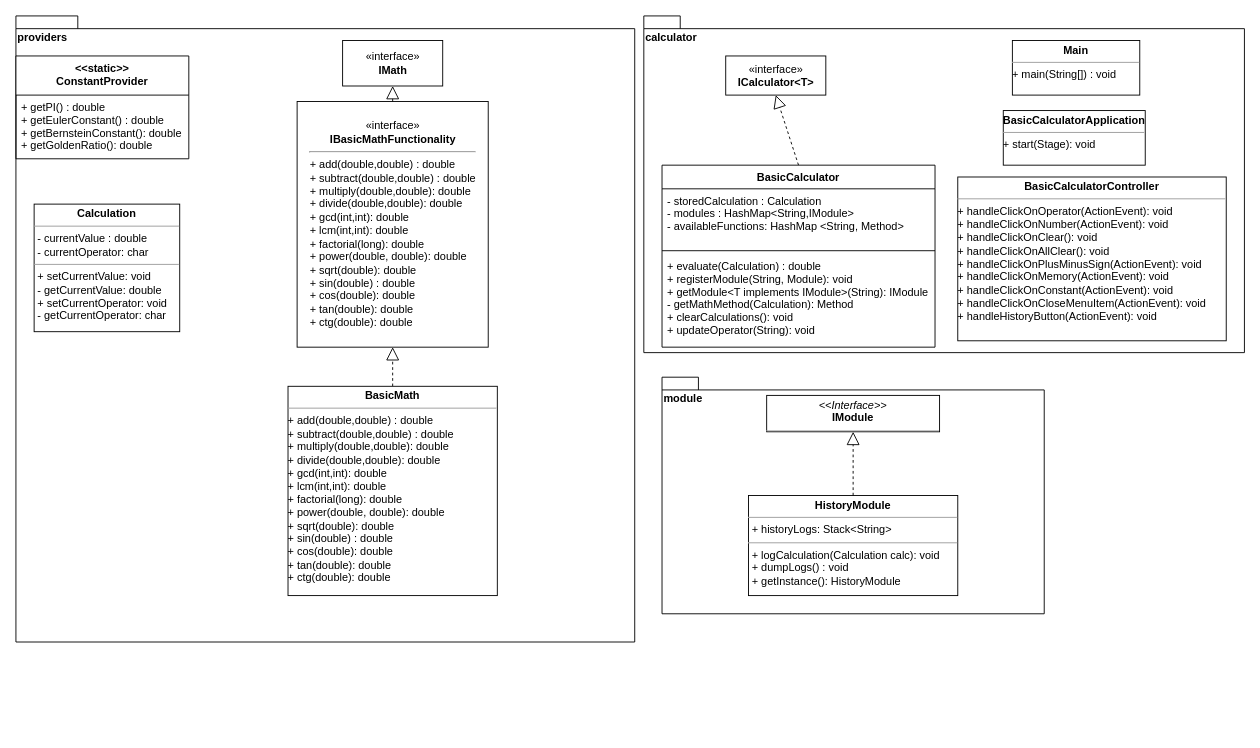
Earlier version of the draw.io diagram rgp-poc/src/main/resources/docs/templates/bc_class_diagram.drawio (gydora03/SZFM_2020_10_RGP). Source tidied: cells renumbered, new cells numbered last; positions are measured from the earlier drawing's top-left corner, leaving out a move shared by most shapes. Both pictures are drawn from the tidied source at 91%, with x=0, y=0 at pixel (15, 15).
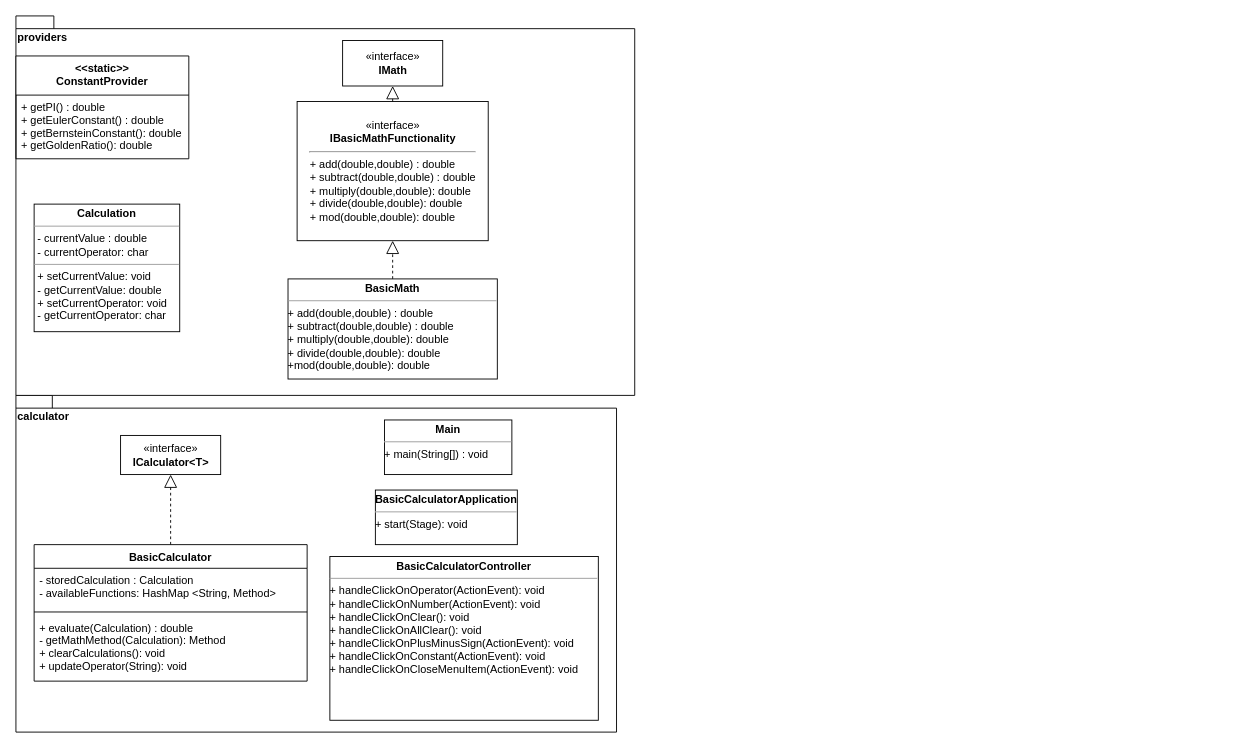
The same diagram, later.

Commit message (it also covers changes not shown here):
Updated class diagrams

Diff of the diagram source:
```diff
@@
     <mxCell id="2" value="calculator" style="shape=folder;fontStyle=1;spacingTop=10;tabWidth=40;tabHeight=14;tabPosition=left;html=1;align=left;verticalAlign=top;" parent="1" vertex="1">
-      <mxGeometry x="690" width="660" height="370" as="geometry" />
+      <mxGeometry y="417" width="660" height="370" as="geometry" />
     </mxCell>
     <mxCell id="3" value="providers" style="shape=folder;fontStyle=1;spacingTop=10;tabWidth=40;tabHeight=14;tabPosition=left;html=1;noLabel=0;labelPosition=center;verticalLabelPosition=middle;align=left;verticalAlign=top;horizontal=1;" parent="1" vertex="1">
-      <mxGeometry width="680" height="688" as="geometry" />
+      <mxGeometry width="680" height="417" as="geometry" />
     </mxCell>
     <mxCell id="4" value="«interface»&lt;br&gt;&lt;div&gt;&lt;b&gt;ICalculator&amp;lt;T&amp;gt;&lt;/b&gt;&lt;/div&gt;" style="html=1;" parent="1" vertex="1">
-      <mxGeometry x="780" y="44" width="110" height="43" as="geometry" />
+      <mxGeometry x="115" y="461" width="110" height="43" as="geometry" />
     </mxCell>
@@
     <mxCell id="6" value="&lt;p style=&quot;margin: 0px ; margin-top: 4px ; text-align: center&quot;&gt;&lt;b&gt;BasicCalculatorApplication&lt;/b&gt;&lt;br&gt;&lt;/p&gt;&lt;hr size=&quot;1&quot;&gt;&lt;div style=&quot;height: 2px&quot;&gt;+ &lt;span class=&quot;pl-en&quot;&gt;start(Stage): void&lt;br&gt;&lt;/span&gt;&lt;/div&gt;" style="verticalAlign=top;align=left;overflow=fill;fontSize=12;fontFamily=Helvetica;html=1;" parent="1" vertex="1">
-      <mxGeometry x="1085" y="104" width="156" height="60" as="geometry" />
+      <mxGeometry x="395" y="521" width="156" height="60" as="geometry" />
     </mxCell>
-    <mxCell id="7" value="module" style="shape=folder;fontStyle=1;spacingTop=10;tabWidth=40;tabHeight=14;tabPosition=left;html=1;align=left;verticalAlign=top;" parent="1" vertex="1">
-      <mxGeometry x="710" y="397" width="420" height="260" as="geometry" />
-    </mxCell>
-    <mxCell id="8" value="&lt;p style=&quot;margin: 0px ; margin-top: 4px ; text-align: center&quot;&gt;&lt;i&gt;&amp;lt;&amp;lt;Interface&amp;gt;&amp;gt;&lt;/i&gt;&lt;br&gt;&lt;b&gt;IModule&lt;/b&gt;&lt;/p&gt;&lt;hr size=&quot;1&quot;&gt;" style="verticalAlign=top;align=left;overflow=fill;fontSize=12;fontFamily=Helvetica;html=1;" parent="1" vertex="1">
-      <mxGeometry x="825" y="417" width="190" height="40" as="geometry" />
-    </mxCell>
-    <mxCell id="9" value="&lt;p style=&quot;margin: 0px ; margin-top: 4px ; text-align: center&quot;&gt;&lt;b&gt;HistoryModule&lt;/b&gt;&lt;/p&gt;&lt;hr size=&quot;1&quot;&gt;&lt;p style=&quot;margin: 0px ; margin-left: 4px&quot;&gt;+ historyLogs: Stack&amp;lt;String&amp;gt;&lt;br&gt;&lt;/p&gt;&lt;hr size=&quot;1&quot;&gt;&lt;p style=&quot;margin: 0px ; margin-left: 4px&quot;&gt;+ logCalculation(Calculation calc): void&lt;br&gt;+ dumpLogs() : void&lt;/p&gt;&lt;p style=&quot;margin: 0px ; margin-left: 4px&quot;&gt;+ getInstance(): HistoryModule&lt;br&gt;&lt;/p&gt;" style="verticalAlign=top;align=left;overflow=fill;fontSize=12;fontFamily=Helvetica;html=1;" parent="1" vertex="1">
-      <mxGeometry x="805" y="527" width="230" height="110" as="geometry" />
-    </mxCell>
-    <mxCell id="10" style="endArrow=block;dashed=1;endFill=0;endSize=12;html=1;exitX=0.5;exitY=0;exitDx=0;exitDy=0;" parent="1" edge="1" source="9">
-      <mxGeometry relative="1" as="geometry">
-        <mxPoint x="920" y="457" as="targetPoint" />
-      </mxGeometry>
-    </mxCell>
@@
     <mxCell id="12" value="&lt;p style=&quot;margin: 0px ; margin-top: 4px ; text-align: center&quot;&gt;&lt;b&gt;Main&lt;/b&gt;&lt;br&gt;&lt;/p&gt;&lt;hr size=&quot;1&quot;&gt;&lt;div style=&quot;height: 2px&quot;&gt;+ main(String[]) : void&lt;br&gt;&lt;/div&gt;" style="verticalAlign=top;align=left;overflow=fill;fontSize=12;fontFamily=Helvetica;html=1;" parent="1" vertex="1">
-      <mxGeometry x="1095" y="27" width="140" height="60" as="geometry" />
+      <mxGeometry x="405" y="444" width="140" height="60" as="geometry" />
     </mxCell>
-    <mxCell id="13" value="&lt;p style=&quot;margin: 0px ; margin-top: 4px ; text-align: center&quot;&gt;&lt;b&gt;BasicCalculatorController&lt;/b&gt;&lt;/p&gt;&lt;hr size=&quot;1&quot;&gt;&lt;div style=&quot;height: 2px&quot;&gt;+ &lt;span class=&quot;pl-en&quot;&gt;&lt;span class=&quot;pl-token&quot;&gt;handleClickOnOperator(ActionEvent): void&lt;br&gt;+ handleClickOnNumber(ActionEvent): void&lt;br&gt;+ &lt;/span&gt;&lt;/span&gt;&lt;span class=&quot;pl-en&quot;&gt;&lt;span class=&quot;pl-token&quot;&gt;&lt;span class=&quot;pl-en&quot;&gt;&lt;span class=&quot;pl-token&quot;&gt;handleClickOnClear(): void&lt;br&gt;+ &lt;/span&gt;&lt;/span&gt;&lt;/span&gt;&lt;/span&gt;&lt;span class=&quot;pl-en&quot;&gt;&lt;span class=&quot;pl-token&quot;&gt;&lt;span class=&quot;pl-en&quot;&gt;&lt;span class=&quot;pl-token&quot;&gt;&lt;span class=&quot;pl-en&quot;&gt;&lt;span class=&quot;pl-token&quot;&gt;handleClickOnAllClear(): void&lt;br&gt;+ &lt;/span&gt;&lt;/span&gt;&lt;/span&gt;&lt;/span&gt;&lt;/span&gt;&lt;/span&gt;&lt;span class=&quot;pl-en&quot;&gt;&lt;span class=&quot;pl-token&quot;&gt;&lt;span class=&quot;pl-en&quot;&gt;&lt;span class=&quot;pl-token&quot;&gt;&lt;span class=&quot;pl-en&quot;&gt;&lt;span class=&quot;pl-token&quot;&gt;&lt;span class=&quot;pl-en&quot;&gt;&lt;span class=&quot;pl-token&quot;&gt;handleClickOnPlusMinusSign(ActionEvent): void&lt;br&gt;+ &lt;/span&gt;&lt;/span&gt;&lt;/span&gt;&lt;/span&gt;&lt;/span&gt;&lt;/span&gt;&lt;/span&gt;&lt;/span&gt;&lt;span class=&quot;pl-en&quot;&gt;&lt;span class=&quot;pl-token&quot;&gt;&lt;span class=&quot;pl-en&quot;&gt;&lt;span class=&quot;pl-token&quot;&gt;&lt;span class=&quot;pl-en&quot;&gt;&lt;span class=&quot;pl-token&quot;&gt;&lt;span class=&quot;pl-en&quot;&gt;&lt;span class=&quot;pl-token&quot;&gt;&lt;span class=&quot;pl-en&quot;&gt;&lt;span class=&quot;pl-token active&quot;&gt;handleClickOnMemory(ActionEvent): void&lt;br&gt;+ &lt;/span&gt;&lt;/span&gt;&lt;/span&gt;&lt;/span&gt;&lt;/span&gt;&lt;/span&gt;&lt;/span&gt;&lt;/span&gt;&lt;/span&gt;&lt;/span&gt;&lt;span class=&quot;pl-en&quot;&gt;&lt;span class=&quot;pl-token&quot;&gt;&lt;span class=&quot;pl-en&quot;&gt;&lt;span class=&quot;pl-token&quot;&gt;&lt;span class=&quot;pl-en&quot;&gt;&lt;span class=&quot;pl-token&quot;&gt;&lt;span class=&quot;pl-en&quot;&gt;&lt;span class=&quot;pl-token&quot;&gt;&lt;span class=&quot;pl-en&quot;&gt;&lt;span class=&quot;pl-token active&quot;&gt;&lt;span class=&quot;pl-en&quot;&gt;&lt;span class=&quot;pl-token&quot;&gt;handleClickOnConstant(ActionEvent): void&lt;br&gt;+ &lt;/span&gt;&lt;/span&gt;&lt;/span&gt;&lt;/span&gt;&lt;/span&gt;&lt;/span&gt;&lt;/span&gt;&lt;/span&gt;&lt;/span&gt;&lt;/span&gt;&lt;/span&gt;&lt;/span&gt;&lt;span class=&quot;pl-en&quot;&gt;&lt;span class=&quot;pl-token&quot;&gt;&lt;span class=&quot;pl-en&quot;&gt;&lt;span class=&quot;pl-token&quot;&gt;&lt;span class=&quot;pl-en&quot;&gt;&lt;span class=&quot;pl-token&quot;&gt;&lt;span class=&quot;pl-en&quot;&gt;&lt;span class=&quot;pl-token&quot;&gt;&lt;span class=&quot;pl-en&quot;&gt;&lt;span class=&quot;pl-token active&quot;&gt;&lt;span class=&quot;pl-en&quot;&gt;&lt;span class=&quot;pl-token&quot;&gt;&lt;span class=&quot;pl-en&quot;&gt;&lt;span class=&quot;pl-token&quot;&gt;handleClickOnCloseMenuItem(ActionEvent): void&lt;br&gt;+ &lt;/span&gt;&lt;/span&gt;&lt;/span&gt;&lt;/span&gt;&lt;/span&gt;&lt;/span&gt;&lt;/span&gt;&lt;/span&gt;&lt;/span&gt;&lt;/span&gt;&lt;/span&gt;&lt;/span&gt;&lt;/span&gt;&lt;/span&gt;&lt;span class=&quot;pl-en&quot;&gt;&lt;span class=&quot;pl-token&quot;&gt;&lt;span class=&quot;pl-en&quot;&gt;&lt;span class=&quot;pl-token&quot;&gt;&lt;span class=&quot;pl-en&quot;&gt;&lt;span class=&quot;pl-token&quot;&gt;&lt;span class=&quot;pl-en&quot;&gt;&lt;span class=&quot;pl-token&quot;&gt;&lt;span class=&quot;pl-en&quot;&gt;&lt;span class=&quot;pl-token active&quot;&gt;&lt;span class=&quot;pl-en&quot;&gt;&lt;span class=&quot;pl-token&quot;&gt;&lt;span class=&quot;pl-en&quot;&gt;&lt;span class=&quot;pl-token&quot;&gt;&lt;span class=&quot;pl-en&quot;&gt;&lt;span class=&quot;pl-token&quot;&gt;handleHistoryButton(ActionEvent): void&lt;br&gt;&lt;/span&gt;&lt;/span&gt;&lt;/span&gt;&lt;/span&gt;&lt;/span&gt;&lt;/span&gt;&lt;/span&gt;&lt;/span&gt;&lt;/span&gt;&lt;/span&gt;&lt;/span&gt;&lt;/span&gt;&lt;/span&gt;&lt;/span&gt;&lt;/span&gt;&lt;/span&gt;&lt;/div&gt;" style="verticalAlign=top;align=left;overflow=fill;fontSize=12;fontFamily=Helvetica;html=1;" parent="1" vertex="1">
-      <mxGeometry x="1035" y="177" width="295" height="180" as="geometry" />
+    <mxCell id="13" value="&lt;p style=&quot;margin: 0px ; margin-top: 4px ; text-align: center&quot;&gt;&lt;b&gt;BasicCalculatorController&lt;/b&gt;&lt;/p&gt;&lt;hr size=&quot;1&quot;&gt;&lt;div style=&quot;height: 2px&quot;&gt;+ &lt;span class=&quot;pl-en&quot;&gt;&lt;span class=&quot;pl-token&quot;&gt;handleClickOnOperator(ActionEvent): void&lt;br&gt;+ handleClickOnNumber(ActionEvent): void&lt;br&gt;+ &lt;/span&gt;&lt;/span&gt;&lt;span class=&quot;pl-en&quot;&gt;&lt;span class=&quot;pl-token&quot;&gt;&lt;span class=&quot;pl-en&quot;&gt;&lt;span class=&quot;pl-token&quot;&gt;handleClickOnClear(): void&lt;br&gt;+ &lt;/span&gt;&lt;/span&gt;&lt;/span&gt;&lt;/span&gt;&lt;span class=&quot;pl-en&quot;&gt;&lt;span class=&quot;pl-token&quot;&gt;&lt;span class=&quot;pl-en&quot;&gt;&lt;span class=&quot;pl-token&quot;&gt;&lt;span class=&quot;pl-en&quot;&gt;&lt;span class=&quot;pl-token&quot;&gt;handleClickOnAllClear(): void&lt;br&gt;+ &lt;/span&gt;&lt;/span&gt;&lt;/span&gt;&lt;/span&gt;&lt;/span&gt;&lt;/span&gt;&lt;span class=&quot;pl-en&quot;&gt;&lt;span class=&quot;pl-token&quot;&gt;&lt;span class=&quot;pl-en&quot;&gt;&lt;span class=&quot;pl-token&quot;&gt;&lt;span class=&quot;pl-en&quot;&gt;&lt;span class=&quot;pl-token&quot;&gt;&lt;span class=&quot;pl-en&quot;&gt;&lt;span class=&quot;pl-token&quot;&gt;handleClickOnPlusMinusSign(ActionEvent): void&lt;/span&gt;&lt;/span&gt;&lt;/span&gt;&lt;/span&gt;&lt;/span&gt;&lt;/span&gt;&lt;/span&gt;&lt;/span&gt;&lt;span class=&quot;pl-en&quot;&gt;&lt;span class=&quot;pl-token&quot;&gt;&lt;span class=&quot;pl-en&quot;&gt;&lt;span class=&quot;pl-token&quot;&gt;&lt;span class=&quot;pl-en&quot;&gt;&lt;span class=&quot;pl-token&quot;&gt;&lt;span class=&quot;pl-en&quot;&gt;&lt;span class=&quot;pl-token&quot;&gt;&lt;span class=&quot;pl-en&quot;&gt;&lt;span class=&quot;pl-token active&quot;&gt;&lt;br&gt;+ &lt;/span&gt;&lt;/span&gt;&lt;/span&gt;&lt;/span&gt;&lt;/span&gt;&lt;/span&gt;&lt;/span&gt;&lt;/span&gt;&lt;/span&gt;&lt;/span&gt;&lt;span class=&quot;pl-en&quot;&gt;&lt;span class=&quot;pl-token&quot;&gt;&lt;span class=&quot;pl-en&quot;&gt;&lt;span class=&quot;pl-token&quot;&gt;&lt;span class=&quot;pl-en&quot;&gt;&lt;span class=&quot;pl-token&quot;&gt;&lt;span class=&quot;pl-en&quot;&gt;&lt;span class=&quot;pl-token&quot;&gt;&lt;span class=&quot;pl-en&quot;&gt;&lt;span class=&quot;pl-token active&quot;&gt;&lt;span class=&quot;pl-en&quot;&gt;&lt;span class=&quot;pl-token&quot;&gt;handleClickOnConstant(ActionEvent): void&lt;br&gt;+ &lt;/span&gt;&lt;/span&gt;&lt;/span&gt;&lt;/span&gt;&lt;/span&gt;&lt;/span&gt;&lt;/span&gt;&lt;/span&gt;&lt;/span&gt;&lt;/span&gt;&lt;/span&gt;&lt;/span&gt;&lt;span class=&quot;pl-en&quot;&gt;&lt;span class=&quot;pl-token&quot;&gt;&lt;span class=&quot;pl-en&quot;&gt;&lt;span class=&quot;pl-token&quot;&gt;&lt;span class=&quot;pl-en&quot;&gt;&lt;span class=&quot;pl-token&quot;&gt;&lt;span class=&quot;pl-en&quot;&gt;&lt;span class=&quot;pl-token&quot;&gt;&lt;span class=&quot;pl-en&quot;&gt;&lt;span class=&quot;pl-token active&quot;&gt;&lt;span class=&quot;pl-en&quot;&gt;&lt;span class=&quot;pl-token&quot;&gt;&lt;span class=&quot;pl-en&quot;&gt;&lt;span class=&quot;pl-token&quot;&gt;handleClickOnCloseMenuItem(ActionEvent): void&lt;/span&gt;&lt;/span&gt;&lt;/span&gt;&lt;/span&gt;&lt;/span&gt;&lt;/span&gt;&lt;/span&gt;&lt;/span&gt;&lt;/span&gt;&lt;/span&gt;&lt;/span&gt;&lt;/span&gt;&lt;/span&gt;&lt;/span&gt;&lt;span class=&quot;pl-en&quot;&gt;&lt;span class=&quot;pl-token&quot;&gt;&lt;span class=&quot;pl-en&quot;&gt;&lt;span class=&quot;pl-token&quot;&gt;&lt;span class=&quot;pl-en&quot;&gt;&lt;span class=&quot;pl-token&quot;&gt;&lt;span class=&quot;pl-en&quot;&gt;&lt;span class=&quot;pl-token&quot;&gt;&lt;span class=&quot;pl-en&quot;&gt;&lt;span class=&quot;pl-token active&quot;&gt;&lt;span class=&quot;pl-en&quot;&gt;&lt;span class=&quot;pl-token&quot;&gt;&lt;span class=&quot;pl-en&quot;&gt;&lt;span class=&quot;pl-token&quot;&gt;&lt;span class=&quot;pl-en&quot;&gt;&lt;span class=&quot;pl-token&quot;&gt;&lt;br&gt;&lt;/span&gt;&lt;/span&gt;&lt;/span&gt;&lt;/span&gt;&lt;/span&gt;&lt;/span&gt;&lt;/span&gt;&lt;/span&gt;&lt;/span&gt;&lt;/span&gt;&lt;/span&gt;&lt;/span&gt;&lt;/span&gt;&lt;/span&gt;&lt;/span&gt;&lt;/span&gt;&lt;/div&gt;" style="verticalAlign=top;align=left;overflow=fill;fontSize=12;fontFamily=Helvetica;html=1;" parent="1" vertex="1">
+      <mxGeometry x="345" y="594" width="295" height="180" as="geometry" />
     </mxCell>
@@
-    <mxCell id="16" value="«interface»&lt;br&gt;&lt;b&gt;IBasicMathFunctionality&lt;br&gt;&lt;/b&gt;&lt;hr&gt;&lt;div style=&quot;line-height: 120%&quot; align=&quot;left&quot;&gt;+ add(double,double) : double&lt;br&gt;+ subtract(double,double) : double&lt;br&gt;+ multiply(double,double): double&lt;br&gt;+ divide(double,double): double&lt;br&gt;+ gcd(int,int): double&lt;br&gt;+ lcm(int,int): double&lt;br&gt;+ factorial(long): double&lt;br&gt;+ power(double, double): double&lt;br&gt;+ sqrt(double): double&lt;/div&gt;&lt;div style=&quot;line-height: 120%&quot; align=&quot;left&quot;&gt;+ sin(double) : double&lt;br&gt;+ cos(double): double&lt;br&gt;+ tan(double): double&lt;br&gt;+ ctg(double): double&lt;/div&gt;" style="html=1;" parent="1" vertex="1">
-      <mxGeometry x="309" y="94" width="210" height="270" as="geometry" />
+    <mxCell id="16" value="«interface»&lt;br&gt;&lt;b&gt;IBasicMathFunctionality&lt;br&gt;&lt;/b&gt;&lt;hr&gt;&lt;div style=&quot;line-height: 120%&quot; align=&quot;left&quot;&gt;+ add(double,double) : double&lt;br&gt;+ subtract(double,double) : double&lt;br&gt;+ multiply(double,double): double&lt;br&gt;+ divide(double,double): double&lt;/div&gt;&lt;div style=&quot;line-height: 120%&quot; align=&quot;left&quot;&gt;+ mod(double,double): double&lt;br&gt;&lt;/div&gt;" style="html=1;" parent="1" vertex="1">
+      <mxGeometry x="309" y="94" width="210" height="153" as="geometry" />
     </mxCell>
@@
-    <mxCell id="18" value="&lt;p style=&quot;margin: 0px ; margin-top: 4px ; text-align: center&quot;&gt;&lt;b&gt;BasicMath&lt;/b&gt;&lt;/p&gt;&lt;hr size=&quot;1&quot;&gt;&lt;div style=&quot;height: 2px&quot;&gt;&lt;div style=&quot;line-height: 120%&quot; align=&quot;left&quot;&gt;+ add(double,double) : double&lt;br&gt;+ subtract(double,double) : double&lt;br&gt;+ multiply(double,double): double&lt;br&gt;+ divide(double,double): double&lt;br&gt;+ gcd(int,int): double&lt;br&gt;+ lcm(int,int): double&lt;br&gt;+ factorial(long): double&lt;br&gt;+ power(double, double): double&lt;br&gt;+ sqrt(double): double&lt;/div&gt;&lt;div style=&quot;line-height: 120%&quot; align=&quot;left&quot;&gt;+ sin(double) : double&lt;br&gt;+ cos(double): double&lt;br&gt;+ tan(double): double&lt;br&gt;+ ctg(double): double&lt;/div&gt;&lt;/div&gt;" style="verticalAlign=top;align=left;overflow=fill;fontSize=12;fontFamily=Helvetica;html=1;" parent="1" vertex="1">
-      <mxGeometry x="299" y="407" width="230" height="230" as="geometry" />
+    <mxCell id="18" value="&lt;p style=&quot;margin: 0px ; margin-top: 4px ; text-align: center&quot;&gt;&lt;b&gt;BasicMath&lt;/b&gt;&lt;/p&gt;&lt;hr size=&quot;1&quot;&gt;&lt;div style=&quot;height: 2px&quot;&gt;&lt;div style=&quot;line-height: 120%&quot; align=&quot;left&quot;&gt;+ add(double,double) : double&lt;br&gt;+ subtract(double,double) : double&lt;br&gt;+ multiply(double,double): double&lt;br&gt;+ divide(double,double): double&lt;br&gt;+mod(double,double): double&lt;br&gt;&lt;/div&gt;&lt;/div&gt;" style="verticalAlign=top;align=left;overflow=fill;fontSize=12;fontFamily=Helvetica;html=1;" parent="1" vertex="1">
+      <mxGeometry x="299" y="289" width="230" height="110" as="geometry" />
     </mxCell>
     <mxCell id="19" value="BasicCalculator&#10;" style="swimlane;fontStyle=1;align=center;verticalAlign=top;horizontal=1;startSize=26;" parent="1" vertex="1">
-      <mxGeometry x="710" y="164" width="300" height="200" as="geometry" />
+      <mxGeometry x="20" y="581" width="300" height="150" as="geometry" />
     </mxCell>
-    <mxCell id="20" value="- storedCalculation : Calculation&#10;- modules : HashMap&lt;String,IModule&gt;&#10;- availableFunctions: HashMap &lt;String, Method&gt;&#10;&#10;&#10;" style="text;strokeColor=none;fillColor=none;align=left;verticalAlign=top;spacingLeft=4;spacingRight=4;overflow=hidden;" parent="19" vertex="1">
-      <mxGeometry y="26" width="300" height="64" as="geometry" />
+    <mxCell id="20" value="- storedCalculation : Calculation&#10;- availableFunctions: HashMap &lt;String, Method&gt;&#10;&#10;&#10;" style="text;strokeColor=none;fillColor=none;align=left;verticalAlign=top;spacingLeft=4;spacingRight=4;overflow=hidden;" parent="19" vertex="1">
+      <mxGeometry y="26" width="300" height="44" as="geometry" />
     </mxCell>
     <mxCell id="21" style="line;strokeWidth=1;fillColor=none;align=left;verticalAlign=middle;spacingTop=-1;spacingLeft=3;spacingRight=3;labelPosition=right;" parent="19" vertex="1">
-      <mxGeometry y="90" width="300" height="8" as="geometry" />
+      <mxGeometry y="70" width="300" height="8" as="geometry" />
     </mxCell>
-    <mxCell id="22" value="+ evaluate(Calculation) : double&#10;+ registerModule(String, Module): void&#10;+ getModule&lt;T implements IModule&gt;(String): IModule&#10;- getMathMethod(Calculation): Method&#10;+ clearCalculations(): void&#10;+ updateOperator(String): void&#10;&#10;" style="text;strokeColor=none;fillColor=none;align=left;verticalAlign=top;spacingLeft=4;spacingRight=4;overflow=hidden;" parent="19" vertex="1">
-      <mxGeometry y="98" width="300" height="102" as="geometry" />
+    <mxCell id="22" value="+ evaluate(Calculation) : double&#10;- getMathMethod(Calculation): Method&#10;+ clearCalculations(): void&#10;+ updateOperator(String): void&#10;&#10;" style="text;strokeColor=none;fillColor=none;align=left;verticalAlign=top;spacingLeft=4;spacingRight=4;overflow=hidden;" parent="19" vertex="1">
+      <mxGeometry y="78" width="300" height="72" as="geometry" />
     </mxCell>
```
